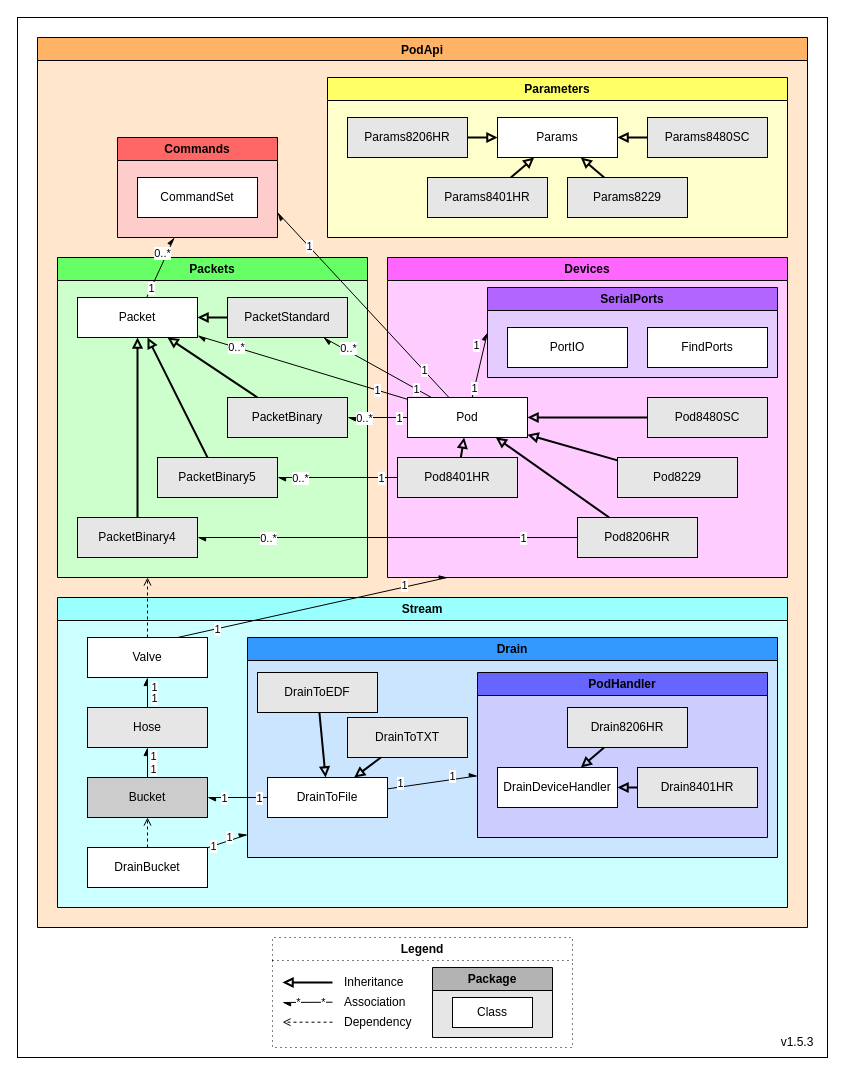
Above: Documents/Diagrams/class-diagrams-PodApi.drawio in Pinnacle-Technology-Inc/Morelia (draw.io), before the change. Source tidied: cells renumbered, new cells numbered last; positions are measured from the earlier drawing's top-left corner, leaving out a move shared by most shapes. Both pictures are drawn from the tidied source at 100%, with x=0, y=0 at pixel (17, 17).
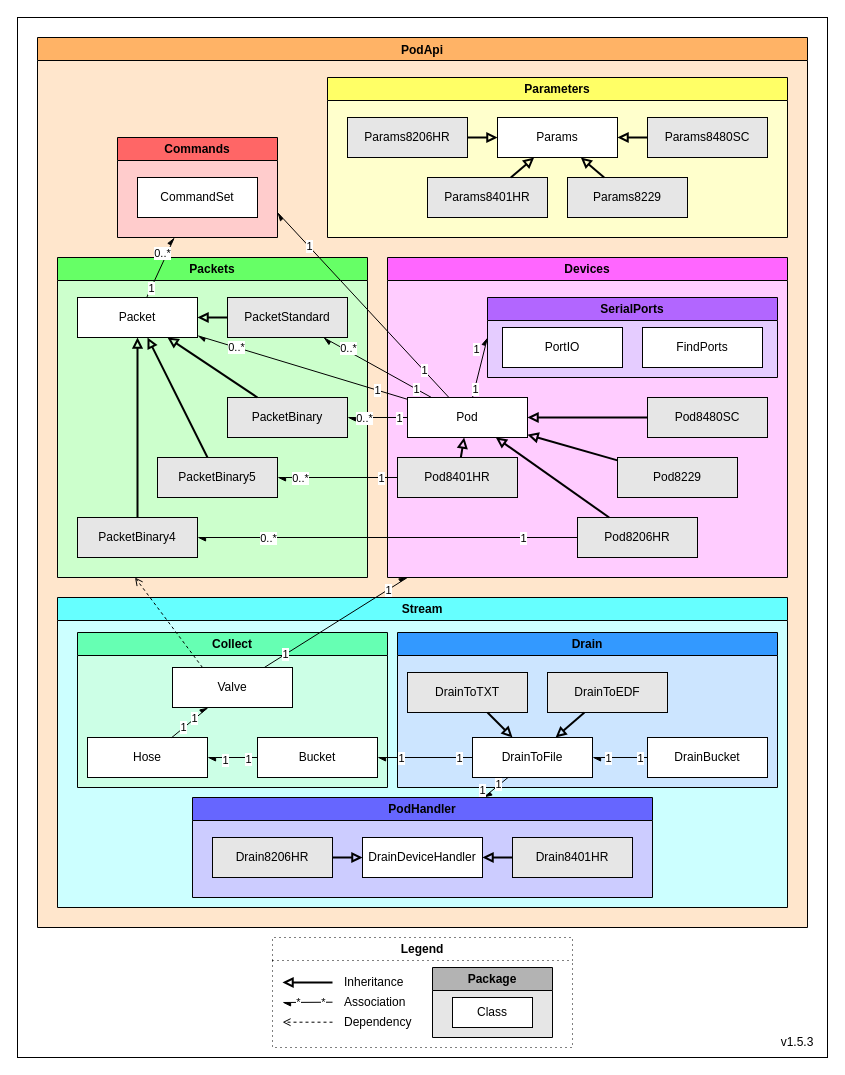
After the change.

The change refers to these unchanged cells:
```xml
<mxCell id="4" value="PodApi" style="swimlane;startSize=23;fillColor=#FFB366;gradientColor=none;swimlaneFillColor=#FFE6CC;" parent="1" vertex="1">
  <mxGeometry x="20" y="20" width="770" height="890" as="geometry" />
</mxCell>
<mxCell id="17" value="Packets" style="swimlane;whiteSpace=wrap;html=1;fillColor=#66FF66;swimlaneFillColor=#CCFFCC;" parent="4" vertex="1">
  <mxGeometry x="20" y="220" width="310" height="320" as="geometry" />
</mxCell>
<mxCell id="27" value="Devices" style="swimlane;whiteSpace=wrap;html=1;fillColor=#FF66FF;swimlaneFillColor=#FFCCFF;" parent="4" vertex="1">
  <mxGeometry x="350" y="220" width="400" height="320" as="geometry" />
</mxCell>
<mxCell id="69" style="endArrow=async;html=1;endFill=1;fontStyle=0;" parent="64" edge="1" source="66" target="68">
  <mxGeometry relative="1" as="geometry" />
</mxCell>
```

Change to the diagram source:
```diff
@@
     <mxCell id="35" value="SerialPorts" style="swimlane;whiteSpace=wrap;html=1;fillColor=#B266FF;swimlaneFillColor=#E5CCFF;" parent="27" vertex="1">
-      <mxGeometry x="100" y="30" width="290" height="90" as="geometry" />
+      <mxGeometry x="100" y="40" width="290" height="80" as="geometry" />
     </mxCell>
     <mxCell id="36" value="PortIO" style="rounded=0;whiteSpace=wrap;html=1;fontStyle=0;" parent="35" vertex="1">
-      <mxGeometry x="20" y="40" width="120" height="40" as="geometry" />
+      <mxGeometry x="15" y="30" width="120" height="40" as="geometry" />
     </mxCell>
     <mxCell id="37" value="FindPorts" style="rounded=0;whiteSpace=wrap;html=1;fontStyle=0;" parent="35" vertex="1">
-      <mxGeometry x="160" y="40" width="120" height="40" as="geometry" />
+      <mxGeometry x="155" y="30" width="120" height="40" as="geometry" />
     </mxCell>
@@
+    <mxCell id="112" value="Stream" style="swimlane;whiteSpace=wrap;html=1;fillColor=#66FFFF;swimlaneFillColor=#CCFFFF;" parent="4" vertex="1">
+      <mxGeometry x="20" y="560" width="730" height="310" as="geometry" />
+    </mxCell>
-    <mxCell id="64" value="Stream" style="swimlane;whiteSpace=wrap;html=1;fillColor=#99FFFF;swimlaneLine=1;swimlaneFillColor=#CCFFFF;" parent="4" vertex="1">
-      <mxGeometry x="20" y="560" width="730" height="310" as="geometry" />
+    <mxCell id="64" value="Collect" style="swimlane;whiteSpace=wrap;html=1;fillColor=#66FFB3;swimlaneLine=1;swimlaneFillColor=#CCFFE6;" parent="112" vertex="1">
+      <mxGeometry x="20" y="35" width="310" height="155" as="geometry" />
     </mxCell>
-    <mxCell id="65" value="Bucket" style="rounded=0;whiteSpace=wrap;html=1;fontStyle=0;fillColor=#CCCCCC;" parent="64" vertex="1">
-      <mxGeometry x="30" y="180" width="120" height="40" as="geometry" />
+    <mxCell id="65" value="Bucket" style="rounded=0;whiteSpace=wrap;html=1;fontStyle=0;fillColor=#FFFFFF;" parent="64" vertex="1">
+      <mxGeometry x="180" y="105" width="120" height="40" as="geometry" />
     </mxCell>
-    <mxCell id="66" value="Hose" style="rounded=0;whiteSpace=wrap;html=1;fontStyle=0;fillColor=#E6E6E6;" parent="64" vertex="1">
-      <mxGeometry x="30" y="110" width="120" height="40" as="geometry" />
+    <mxCell id="66" value="Hose" style="rounded=0;whiteSpace=wrap;html=1;fontStyle=0;fillColor=#FFFFFF;" parent="64" vertex="1">
+      <mxGeometry x="10" y="105" width="120" height="40" as="geometry" />
     </mxCell>
-    <mxCell id="67" value="DrainBucket" style="rounded=0;whiteSpace=wrap;html=1;fontStyle=0;" parent="64" vertex="1">
-      <mxGeometry x="30" y="250" width="120" height="40" as="geometry" />
-    </mxCell>
     <mxCell id="68" value="Valve" style="rounded=0;whiteSpace=wrap;html=1;fontStyle=0;" parent="64" vertex="1">
-      <mxGeometry x="30" y="40" width="120" height="40" as="geometry" />
+      <mxGeometry x="95" y="35" width="120" height="40" as="geometry" />
     </mxCell>
@@
     <mxCell id="70" value="1" style="edgeLabel;html=1;align=center;verticalAlign=middle;fontStyle=0;" parent="69" vertex="1">
       <mxGeometry x="0.63" relative="1" as="geometry">
-        <mxPoint x="6" y="3" as="offset" />
+        <mxPoint x="-7" y="5" as="offset" />
       </mxGeometry>
     </mxCell>
@@
+    <mxCell id="93" style="endArrow=async;html=1;endFill=1;fontStyle=0;" parent="64" edge="1" source="65" target="66">
+      <mxGeometry relative="1" as="geometry" />
+    </mxCell>
+    <mxCell id="94" value="1" style="edgeLabel;html=1;align=center;verticalAlign=middle;fontStyle=0;" parent="93" vertex="1">
+      <mxGeometry x="0.63" relative="1" as="geometry">
+        <mxPoint x="8" y="2" as="offset" />
+      </mxGeometry>
+    </mxCell>
+    <mxCell id="95" value="1" style="edgeLabel;html=1;align=center;verticalAlign=middle;fontStyle=0;" parent="93" vertex="1">
+      <mxGeometry x="-0.71" relative="1" as="geometry">
+        <mxPoint x="-3" y="1" as="offset" />
+      </mxGeometry>
+    </mxCell>
-    <mxCell id="72" value="Drain" style="swimlane;whiteSpace=wrap;html=1;fillColor=#3399FF;swimlaneLine=1;swimlaneFillColor=#CCE5FF;" parent="64" vertex="1">
-      <mxGeometry x="190" y="40" width="530" height="220" as="geometry" />
+    <mxCell id="72" value="Drain" style="swimlane;whiteSpace=wrap;html=1;fillColor=#3399FF;swimlaneLine=1;swimlaneFillColor=#CCE5FF;" parent="112" vertex="1">
+      <mxGeometry x="340" y="35" width="380" height="155" as="geometry" />
     </mxCell>
     <mxCell id="73" value="DrainToEDF" style="rounded=0;whiteSpace=wrap;html=1;fontStyle=0;fillColor=#E6E6E6;" parent="72" vertex="1">
-      <mxGeometry x="10" y="35" width="120" height="40" as="geometry" />
+      <mxGeometry x="150" y="40" width="120" height="40" as="geometry" />
     </mxCell>
     <mxCell id="74" value="DrainToTXT" style="rounded=0;whiteSpace=wrap;html=1;fontStyle=0;fillColor=#E6E6E6;" parent="72" vertex="1">
-      <mxGeometry x="100" y="80" width="120" height="40" as="geometry" />
+      <mxGeometry x="10" y="40" width="120" height="40" as="geometry" />
     </mxCell>
-    <mxCell id="75" value="DrainToFile" style="rounded=0;whiteSpace=wrap;html=1;fontStyle=0;" parent="72" vertex="1">
-      <mxGeometry x="20" y="140" width="120" height="40" as="geometry" />
+    <mxCell id="75" value="DrainToFile" style="rounded=0;whiteSpace=wrap;html=1;fontStyle=0;fillColor=#FFFFFF;" parent="72" vertex="1">
+      <mxGeometry x="75" y="105" width="120" height="40" as="geometry" />
     </mxCell>
@@
+    <mxCell id="67" value="DrainBucket" style="rounded=0;whiteSpace=wrap;html=1;fontStyle=0;" parent="72" vertex="1">
+      <mxGeometry x="250" y="105" width="120" height="40" as="geometry" />
+    </mxCell>
+    <mxCell id="87" style="endArrow=async;html=1;endFill=1;fontStyle=0;" parent="72" edge="1" source="67" target="75">
+      <mxGeometry relative="1" as="geometry" />
+    </mxCell>
+    <mxCell id="88" value="1" style="edgeLabel;html=1;align=center;verticalAlign=middle;fontStyle=0;" parent="87" vertex="1">
+      <mxGeometry x="0.63" relative="1" as="geometry">
+        <mxPoint x="5" as="offset" />
+      </mxGeometry>
+    </mxCell>
+    <mxCell id="89" value="1" style="edgeLabel;html=1;align=center;verticalAlign=middle;fontStyle=0;" parent="87" vertex="1">
+      <mxGeometry x="-0.71" relative="1" as="geometry" />
+    </mxCell>
-    <mxCell id="78" value="PodHandler" style="swimlane;whiteSpace=wrap;html=1;fillColor=#6666FF;swimlaneFillColor=#CCCCFF;" parent="72" vertex="1">
-      <mxGeometry x="230" y="35" width="290" height="165" as="geometry" />
+    <mxCell id="78" value="PodHandler" style="swimlane;whiteSpace=wrap;html=1;fillColor=#6666FF;swimlaneFillColor=#CCCCFF;" parent="112" vertex="1">
+      <mxGeometry x="135" y="200" width="460" height="100" as="geometry" />
     </mxCell>
     <mxCell id="79" value="Drain8401HR" style="rounded=0;whiteSpace=wrap;html=1;fontStyle=0;fillColor=#E6E6E6;" parent="78" vertex="1">
-      <mxGeometry x="160" y="95" width="120" height="40" as="geometry" />
+      <mxGeometry x="320" y="40" width="120" height="40" as="geometry" />
     </mxCell>
     <mxCell id="80" value="Drain8206HR" style="rounded=0;whiteSpace=wrap;html=1;fontStyle=0;fillColor=#E6E6E6;" parent="78" vertex="1">
-      <mxGeometry x="90" y="35" width="120" height="40" as="geometry" />
+      <mxGeometry x="20" y="40" width="120" height="40" as="geometry" />
     </mxCell>
     <mxCell id="81" value="DrainDeviceHandler" style="rounded=0;whiteSpace=wrap;html=1;fontStyle=0;" parent="78" vertex="1">
-      <mxGeometry x="20" y="95" width="120" height="40" as="geometry" />
+      <mxGeometry x="170" y="40" width="120" height="40" as="geometry" />
     </mxCell>
@@
-    <mxCell id="84" style="endArrow=async;html=1;endFill=1;fontStyle=0;" parent="72" edge="1" source="75" target="78">
+    <mxCell id="84" style="endArrow=async;html=1;endFill=1;fontStyle=0;" parent="112" edge="1" source="75" target="78">
       <mxGeometry relative="1" as="geometry" />
     </mxCell>
     <mxCell id="85" value="1" style="edgeLabel;html=1;align=center;verticalAlign=middle;fontStyle=0;" parent="84" vertex="1">
       <mxGeometry x="0.63" relative="1" as="geometry">
-        <mxPoint x="-9" y="-2" as="offset" />
+        <mxPoint x="-6" y="-4" as="offset" />
       </mxGeometry>
     </mxCell>
     <mxCell id="86" value="1" style="edgeLabel;html=1;align=center;verticalAlign=middle;fontStyle=0;" parent="84" vertex="1">
       <mxGeometry x="-0.71" relative="1" as="geometry">
-        <mxPoint y="-4" as="offset" />
+        <mxPoint x="-6" y="3" as="offset" />
       </mxGeometry>
     </mxCell>
-    <mxCell id="87" style="endArrow=async;html=1;endFill=1;fontStyle=0;" parent="64" edge="1" source="67" target="72">
-      <mxGeometry relative="1" as="geometry" />
-    </mxCell>
-    <mxCell id="88" value="1" style="edgeLabel;html=1;align=center;verticalAlign=middle;fontStyle=0;" parent="87" vertex="1">
-      <mxGeometry x="0.63" relative="1" as="geometry">
-        <mxPoint x="-11" as="offset" />
-      </mxGeometry>
-    </mxCell>
-    <mxCell id="89" value="1" style="edgeLabel;html=1;align=center;verticalAlign=middle;fontStyle=0;" parent="87" vertex="1">
-      <mxGeometry x="-0.71" relative="1" as="geometry" />
-    </mxCell>
-    <mxCell id="90" style="endArrow=async;html=1;endFill=1;fontStyle=0;exitX=0;exitY=0.5;exitDx=0;exitDy=0;" parent="64" edge="1" source="75" target="65">
+    <mxCell id="90" style="endArrow=async;html=1;endFill=1;fontStyle=0;exitX=0;exitY=0.5;exitDx=0;exitDy=0;" parent="112" edge="1" source="75" target="65">
       <mxGeometry relative="1" as="geometry" />
     </mxCell>
@@
-    <mxCell id="93" style="endArrow=async;html=1;endFill=1;fontStyle=0;" parent="64" edge="1" source="65" target="66">
-      <mxGeometry relative="1" as="geometry" />
-    </mxCell>
-    <mxCell id="94" value="1" style="edgeLabel;html=1;align=center;verticalAlign=middle;fontStyle=0;" parent="93" vertex="1">
-      <mxGeometry x="0.63" relative="1" as="geometry">
-        <mxPoint x="5" y="2" as="offset" />
-      </mxGeometry>
-    </mxCell>
-    <mxCell id="95" value="1" style="edgeLabel;html=1;align=center;verticalAlign=middle;fontStyle=0;" parent="93" vertex="1">
-      <mxGeometry x="-0.71" relative="1" as="geometry">
-        <mxPoint x="5" y="-5" as="offset" />
-      </mxGeometry>
-    </mxCell>
-    <mxCell id="96" style="endArrow=open;html=1;endFill=0;dashed=1;fontStyle=0;" parent="64" edge="1" source="67" target="65">
-      <mxGeometry relative="1" as="geometry" />
-    </mxCell>
+    <mxCell id="100" style="endArrow=open;html=1;endFill=0;dashed=1;fontStyle=0;exitX=0.25;exitY=0;exitDx=0;exitDy=0;entryX=0.25;entryY=1;entryDx=0;entryDy=0;" parent="4" edge="1" source="68" target="17">
+      <mxGeometry relative="1" as="geometry" />
+    </mxCell>
-    <mxCell id="97" style="endArrow=async;html=1;endFill=1;fontStyle=0;exitX=0.75;exitY=0;exitDx=0;exitDy=0;" parent="4" edge="1" source="68">
+    <mxCell id="97" style="endArrow=async;html=1;endFill=1;fontStyle=0;" parent="4" edge="1" source="68">
       <mxGeometry relative="1" as="geometry">
-        <mxPoint x="410" y="540" as="targetPoint" />
+        <mxPoint x="370" y="540" as="targetPoint" />
       </mxGeometry>
     </mxCell>
@@
-    <mxCell id="100" style="endArrow=open;html=1;endFill=0;dashed=1;fontStyle=0;" parent="4" edge="1" source="68">
-      <mxGeometry relative="1" as="geometry">
-        <mxPoint x="110" y="540" as="targetPoint" />
-      </mxGeometry>
-    </mxCell>
```
